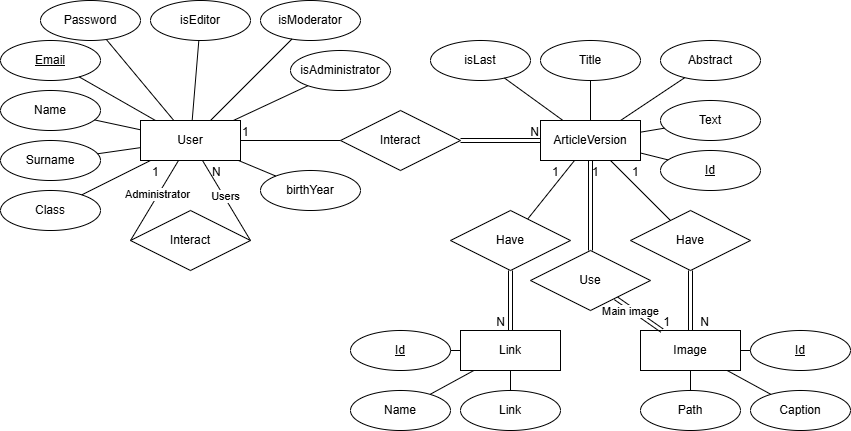
Earlier version of the draw.io export docs/ER/wikistudenti_er.png (LucaAvveduto/5C_WikiStudenti_Avveduto_Barani_Brambilla_Cecire). Source tidied: cells renumbered, new cells last; positions are measured from the earlier drawing's top-left corner, leaving out a move shared by most shapes.
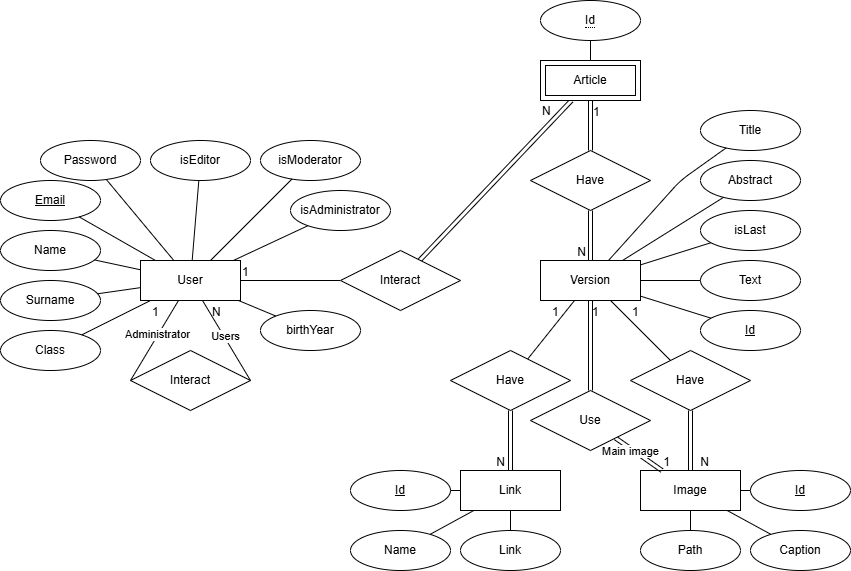
The same diagram one commit later.

What changed in the source:
```diff
@@ -5,9 +5,9 @@
     <mxCell id="2" value="User" style="whiteSpace=wrap;html=1;align=center;" parent="1" vertex="1">
       <mxGeometry x="140" y="120" width="100" height="40" as="geometry" />
     </mxCell>
-    <mxCell id="3" value="ArticleVersion" style="whiteSpace=wrap;html=1;align=center;" parent="1" vertex="1">
-      <mxGeometry x="540" y="120" width="100" height="40" as="geometry" />
-    </mxCell>
+    <mxCell id="74" value="Version" style="whiteSpace=wrap;html=1;align=center;" parent="1" vertex="1">
+      <mxGeometry x="540" y="120" width="100" height="40" as="geometry" />
+    </mxCell>
     <mxCell id="4" value="isEditor" style="ellipse;whiteSpace=wrap;html=1;align=center;" parent="1" vertex="1">
       <mxGeometry x="150" width="100" height="40" as="geometry" />
     </mxCell>
@@ -35,29 +35,29 @@
     <mxCell id="12" value="Password" style="ellipse;whiteSpace=wrap;html=1;align=center;" parent="1" vertex="1">
       <mxGeometry x="40" width="100" height="40" as="geometry" />
     </mxCell>
-    <mxCell id="13" style="endArrow=none;html=1;rounded=0;shape=link;" parent="1" edge="1" source="17" target="3">
-      <mxGeometry relative="1" as="geometry" />
-    </mxCell>
-    <mxCell id="14" value="N" style="html=1;whiteSpace=wrap;align=right;verticalAlign=bottom;" parent="13" vertex="1">
-      <mxGeometry x="1" relative="1" as="geometry" />
-    </mxCell>
+    <mxCell id="75" style="endArrow=none;html=1;rounded=0;shape=link;" parent="1" edge="1" source="17" target="95">
+      <mxGeometry relative="1" as="geometry" />
+    </mxCell>
+    <mxCell id="76" value="N" style="html=1;whiteSpace=wrap;align=right;verticalAlign=bottom;" parent="75" vertex="1">
+      <mxGeometry x="1" relative="1" as="geometry" />
+    </mxCell>
     <mxCell id="15" style="endArrow=none;html=1;rounded=0;" parent="1" edge="1" source="2" target="17">
       <mxGeometry relative="1" as="geometry" />
     </mxCell>
-    <mxCell id="16" value="1" style="html=1;whiteSpace=wrap;align=left;verticalAlign=bottom;" parent="15" vertex="1">
-      <mxGeometry x="-1" relative="1" as="geometry" />
-    </mxCell>
+    <mxCell id="77" value="1" style="html=1;whiteSpace=wrap;align=left;verticalAlign=bottom;" parent="15" vertex="1">
+      <mxGeometry x="-1" relative="1" as="geometry" />
+    </mxCell>
     <mxCell id="17" value="Interact" style="shape=rhombus;perimeter=rhombusPerimeter;whiteSpace=wrap;html=1;align=center;" parent="1" vertex="1">
       <mxGeometry x="340" y="110" width="120" height="60" as="geometry" />
     </mxCell>
     <mxCell id="18" value="Title" style="ellipse;whiteSpace=wrap;html=1;align=center;" parent="1" vertex="1">
-      <mxGeometry x="540" y="40" width="100" height="40" as="geometry" />
+      <mxGeometry x="700" y="-30" width="100" height="40" as="geometry" />
     </mxCell>
     <mxCell id="19" value="Abstract" style="ellipse;whiteSpace=wrap;html=1;align=center;" parent="1" vertex="1">
-      <mxGeometry x="660" y="40" width="100" height="40" as="geometry" />
+      <mxGeometry x="700" y="20" width="100" height="40" as="geometry" />
     </mxCell>
     <mxCell id="20" value="Text" style="ellipse;whiteSpace=wrap;html=1;align=center;" parent="1" vertex="1">
-      <mxGeometry x="660" y="100" width="100" height="40" as="geometry" />
+      <mxGeometry x="700" y="120" width="100" height="40" as="geometry" />
     </mxCell>
     <mxCell id="21" value="Link" style="whiteSpace=wrap;html=1;align=center;" parent="1" vertex="1">
       <mxGeometry x="460" y="330" width="100" height="40" as="geometry" />
@@ -104,56 +104,60 @@
     <mxCell id="35" style="endArrow=none;html=1;rounded=0;shape=link;" parent="1" edge="1" source="39" target="21">
       <mxGeometry relative="1" as="geometry" />
     </mxCell>
-    <mxCell id="36" value="N" style="html=1;whiteSpace=wrap;align=right;verticalAlign=bottom;" parent="35" vertex="1">
-      <mxGeometry x="1" relative="1" as="geometry">
-        <mxPoint x="-4" as="offset" />
-      </mxGeometry>
-    </mxCell>
-    <mxCell id="37" style="endArrow=none;html=1;rounded=0;" parent="1" edge="1" source="3" target="39">
-      <mxGeometry relative="1" as="geometry" />
-    </mxCell>
-    <mxCell id="38" value="1" style="html=1;whiteSpace=wrap;align=left;verticalAlign=bottom;" parent="37" vertex="1">
-      <mxGeometry x="-1" relative="1" as="geometry">
-        <mxPoint x="-24" y="20" as="offset" />
-      </mxGeometry>
-    </mxCell>
+    <mxCell id="78" value="N" style="html=1;whiteSpace=wrap;align=right;verticalAlign=bottom;" parent="35" vertex="1">
+      <mxGeometry x="1" relative="1" as="geometry">
+        <mxPoint x="-4" as="offset" />
+      </mxGeometry>
+    </mxCell>
+    <mxCell id="79" style="endArrow=none;html=1;rounded=0;" parent="1" edge="1" source="74" target="39">
+      <mxGeometry relative="1" as="geometry" />
+    </mxCell>
+    <mxCell id="80" value="1" style="html=1;whiteSpace=wrap;align=left;verticalAlign=bottom;" parent="79" vertex="1">
+      <mxGeometry x="-1" relative="1" as="geometry">
+        <mxPoint x="-24" y="20" as="offset" />
+      </mxGeometry>
+    </mxCell>
     <mxCell id="39" value="Have" style="shape=rhombus;perimeter=rhombusPerimeter;whiteSpace=wrap;html=1;align=center;" parent="1" vertex="1">
       <mxGeometry x="450" y="210" width="120" height="60" as="geometry" />
     </mxCell>
     <mxCell id="40" style="endArrow=none;html=1;rounded=0;shape=link;" parent="1" edge="1" source="44" target="22">
       <mxGeometry relative="1" as="geometry" />
     </mxCell>
-    <mxCell id="41" value="N" style="html=1;whiteSpace=wrap;align=right;verticalAlign=bottom;" parent="40" vertex="1">
-      <mxGeometry x="1" relative="1" as="geometry">
-        <mxPoint x="20" as="offset" />
-      </mxGeometry>
-    </mxCell>
-    <mxCell id="42" style="endArrow=none;html=1;rounded=0;" parent="1" edge="1" source="3" target="44">
-      <mxGeometry relative="1" as="geometry" />
-    </mxCell>
-    <mxCell id="43" value="1" style="html=1;whiteSpace=wrap;align=left;verticalAlign=bottom;" parent="42" vertex="1">
-      <mxGeometry x="-1" relative="1" as="geometry">
-        <mxPoint x="20" y="20" as="offset" />
-      </mxGeometry>
-    </mxCell>
+    <mxCell id="81" value="N" style="html=1;whiteSpace=wrap;align=right;verticalAlign=bottom;" parent="40" vertex="1">
+      <mxGeometry x="1" relative="1" as="geometry">
+        <mxPoint x="20" as="offset" />
+      </mxGeometry>
+    </mxCell>
+    <mxCell id="82" style="endArrow=none;html=1;rounded=0;" parent="1" edge="1" source="74" target="44">
+      <mxGeometry relative="1" as="geometry" />
+    </mxCell>
+    <mxCell id="83" value="1" style="html=1;whiteSpace=wrap;align=left;verticalAlign=bottom;" parent="82" vertex="1">
+      <mxGeometry x="-1" relative="1" as="geometry">
+        <mxPoint x="20" y="20" as="offset" />
+      </mxGeometry>
+    </mxCell>
     <mxCell id="44" value="Have" style="shape=rhombus;perimeter=rhombusPerimeter;whiteSpace=wrap;html=1;align=center;" parent="1" vertex="1">
       <mxGeometry x="630" y="210" width="120" height="60" as="geometry" />
     </mxCell>
-    <mxCell id="45" style="endArrow=none;html=1;" parent="1" edge="1" source="3" target="18">
-      <mxGeometry relative="1" as="geometry" />
-    </mxCell>
-    <mxCell id="46" style="endArrow=none;html=1;" parent="1" edge="1" source="3" target="19">
-      <mxGeometry relative="1" as="geometry" />
-    </mxCell>
-    <mxCell id="47" style="endArrow=none;html=1;" parent="1" edge="1" source="3" target="20">
-      <mxGeometry relative="1" as="geometry" />
-    </mxCell>
+    <mxCell id="84" style="endArrow=none;html=1;" parent="1" edge="1" source="74" target="18">
+      <mxGeometry relative="1" as="geometry">
+        <Array as="points">
+          <mxPoint x="680" y="40" />
+        </Array>
+      </mxGeometry>
+    </mxCell>
+    <mxCell id="85" style="endArrow=none;html=1;" parent="1" edge="1" source="74" target="19">
+      <mxGeometry relative="1" as="geometry" />
+    </mxCell>
+    <mxCell id="86" style="endArrow=none;html=1;" parent="1" edge="1" source="74" target="20">
+      <mxGeometry relative="1" as="geometry" />
+    </mxCell>
     <mxCell id="48" value="Id" style="ellipse;whiteSpace=wrap;html=1;align=center;fontStyle=4;" parent="1" vertex="1">
-      <mxGeometry x="660" y="150" width="100" height="40" as="geometry" />
+      <mxGeometry x="700" y="170" width="100" height="40" as="geometry" />
     </mxCell>
-    <mxCell id="49" style="endArrow=none;html=1;" parent="1" edge="1" source="3" target="48">
-      <mxGeometry relative="1" as="geometry" />
-    </mxCell>
+    <mxCell id="87" style="endArrow=none;html=1;" parent="1" edge="1" source="74" target="48">
+      <mxGeometry relative="1" as="geometry" />
+    </mxCell>
     <mxCell id="50" style="endArrow=none;html=1;" parent="1" edge="1" source="2" target="4">
       <mxGeometry relative="1" as="geometry" />
     </mxCell>
@@ -182,34 +186,34 @@
       <mxGeometry relative="1" as="geometry" />
     </mxCell>
     <mxCell id="59" value="isLast" style="ellipse;whiteSpace=wrap;html=1;align=center;" parent="1" vertex="1">
-      <mxGeometry x="430" y="40" width="100" height="40" as="geometry" />
+      <mxGeometry x="700" y="70" width="100" height="40" as="geometry" />
     </mxCell>
-    <mxCell id="60" style="endArrow=none;html=1;" parent="1" edge="1" source="59" target="3">
-      <mxGeometry relative="1" as="geometry" />
-    </mxCell>
+    <mxCell id="88" style="endArrow=none;html=1;" parent="1" edge="1" source="59" target="74">
+      <mxGeometry relative="1" as="geometry" />
+    </mxCell>
     <mxCell id="61" value="Interact" style="shape=rhombus;perimeter=rhombusPerimeter;whiteSpace=wrap;html=1;align=center;" parent="1" vertex="1">
       <mxGeometry x="130" y="210" width="120" height="60" as="geometry" />
     </mxCell>
-    <mxCell id="62" style="endArrow=none;html=1;rounded=0;entryX=0;entryY=0.5;entryDx=0;entryDy=0;" parent="1" edge="1" source="2" target="61">
-      <mxGeometry relative="1" as="geometry" />
-    </mxCell>
-    <mxCell id="63" value="1" style="html=1;whiteSpace=wrap;align=left;verticalAlign=bottom;" parent="62" vertex="1">
-      <mxGeometry x="-1" relative="1" as="geometry">
-        <mxPoint x="-28" y="20" as="offset" />
-      </mxGeometry>
-    </mxCell>
+    <mxCell id="89" style="endArrow=none;html=1;rounded=0;entryX=0;entryY=0.5;entryDx=0;entryDy=0;" parent="1" edge="1" source="2" target="61">
+      <mxGeometry relative="1" as="geometry" />
+    </mxCell>
+    <mxCell id="90" value="1" style="html=1;whiteSpace=wrap;align=left;verticalAlign=bottom;" parent="89" vertex="1">
+      <mxGeometry x="-1" relative="1" as="geometry">
+        <mxPoint x="-28" y="20" as="offset" />
+      </mxGeometry>
+    </mxCell>
-    <mxCell id="64" value="Administrator" style="edgeLabel;html=1;align=center;verticalAlign=middle;" parent="62" vertex="1">
+    <mxCell id="64" value="Administrator" style="edgeLabel;html=1;align=center;verticalAlign=middle;" parent="89" vertex="1">
       <mxGeometry x="-0.14" y="-1" relative="1" as="geometry" />
     </mxCell>
-    <mxCell id="65" style="endArrow=none;html=1;rounded=0;entryX=1;entryY=0.5;entryDx=0;entryDy=0;" parent="1" edge="1" source="2" target="61">
-      <mxGeometry relative="1" as="geometry" />
-    </mxCell>
-    <mxCell id="66" value="N" style="html=1;whiteSpace=wrap;align=left;verticalAlign=bottom;" parent="65" vertex="1">
-      <mxGeometry x="-1" relative="1" as="geometry">
-        <mxPoint x="8" y="20" as="offset" />
-      </mxGeometry>
-    </mxCell>
+    <mxCell id="91" style="endArrow=none;html=1;rounded=0;entryX=1;entryY=0.5;entryDx=0;entryDy=0;" parent="1" edge="1" source="2" target="61">
+      <mxGeometry relative="1" as="geometry" />
+    </mxCell>
+    <mxCell id="92" value="N" style="html=1;whiteSpace=wrap;align=left;verticalAlign=bottom;" parent="91" vertex="1">
+      <mxGeometry x="-1" relative="1" as="geometry">
+        <mxPoint x="8" y="20" as="offset" />
+      </mxGeometry>
+    </mxCell>
-    <mxCell id="67" value="Users" style="edgeLabel;html=1;align=center;verticalAlign=middle;" parent="65" vertex="1">
+    <mxCell id="67" value="Users" style="edgeLabel;html=1;align=center;verticalAlign=middle;" parent="91" vertex="1">
       <mxGeometry x="-0.09" y="1" relative="1" as="geometry" />
     </mxCell>
     <mxCell id="68" style="endArrow=none;html=1;rounded=0;shape=link;" parent="1" edge="1" source="73" target="22">
@@ -225,16 +229,49 @@
         <mxPoint x="1" y="3" as="offset" />
       </mxGeometry>
     </mxCell>
-    <mxCell id="71" style="endArrow=none;html=1;rounded=0;shape=link;" parent="1" edge="1" source="3" target="73">
-      <mxGeometry relative="1" as="geometry" />
-    </mxCell>
-    <mxCell id="72" value="1" style="html=1;whiteSpace=wrap;align=left;verticalAlign=bottom;" parent="71" vertex="1">
-      <mxGeometry x="-1" relative="1" as="geometry">
-        <mxPoint y="20" as="offset" />
-      </mxGeometry>
-    </mxCell>
+    <mxCell id="93" style="endArrow=none;html=1;rounded=0;shape=link;" parent="1" edge="1" source="74" target="73">
+      <mxGeometry relative="1" as="geometry" />
+    </mxCell>
+    <mxCell id="94" value="1" style="html=1;whiteSpace=wrap;align=left;verticalAlign=bottom;" parent="93" vertex="1">
+      <mxGeometry x="-1" relative="1" as="geometry">
+        <mxPoint y="20" as="offset" />
+      </mxGeometry>
+    </mxCell>
     <mxCell id="73" value="Use" style="shape=rhombus;perimeter=rhombusPerimeter;whiteSpace=wrap;html=1;align=center;" parent="1" vertex="1">
       <mxGeometry x="530" y="250" width="120" height="60" as="geometry" />
     </mxCell>
+    <mxCell id="95" value="Article" style="shape=ext;margin=3;double=1;whiteSpace=wrap;html=1;align=center;" parent="1" vertex="1">
+      <mxGeometry x="540" y="-80" width="100" height="40" as="geometry" />
+    </mxCell>
+    <mxCell id="96" style="endArrow=none;html=1;rounded=0;shape=link;" parent="1" edge="1" source="100" target="74">
+      <mxGeometry relative="1" as="geometry" />
+    </mxCell>
+    <mxCell id="97" value="N" style="html=1;whiteSpace=wrap;align=right;verticalAlign=bottom;" parent="96" vertex="1">
+      <mxGeometry x="1" relative="1" as="geometry">
+        <mxPoint x="-3" as="offset" />
+      </mxGeometry>
+    </mxCell>
+    <mxCell id="98" style="endArrow=none;html=1;rounded=0;shape=link;" parent="1" edge="1" source="95" target="100">
+      <mxGeometry relative="1" as="geometry" />
+    </mxCell>
+    <mxCell id="99" value="1" style="html=1;whiteSpace=wrap;align=left;verticalAlign=bottom;" parent="98" vertex="1">
+      <mxGeometry x="-1" relative="1" as="geometry">
+        <mxPoint x="1" y="20" as="offset" />
+      </mxGeometry>
+    </mxCell>
+    <mxCell id="100" value="Have" style="shape=rhombus;perimeter=rhombusPerimeter;whiteSpace=wrap;html=1;align=center;" parent="1" vertex="1">
+      <mxGeometry x="530" y="10" width="120" height="60" as="geometry" />
+    </mxCell>
+    <mxCell id="101" value="N" style="html=1;whiteSpace=wrap;align=left;verticalAlign=bottom;" parent="1" vertex="1">
+      <mxGeometry x="270" y="140" as="geometry">
+        <mxPoint x="270" y="-161" as="offset" />
+      </mxGeometry>
+    </mxCell>
+    <mxCell id="102" value="&lt;span style=&quot;border-bottom: 1px dotted&quot;&gt;Id&lt;/span&gt;" style="ellipse;whiteSpace=wrap;html=1;align=center;" parent="1" vertex="1">
+      <mxGeometry x="540" y="-140" width="100" height="40" as="geometry" />
+    </mxCell>
+    <mxCell id="103" style="endArrow=none;html=1;rounded=0;" parent="1" edge="1" source="102" target="95">
+      <mxGeometry relative="1" as="geometry" />
+    </mxCell>
   </root>
 </mxGraphModel>
```
